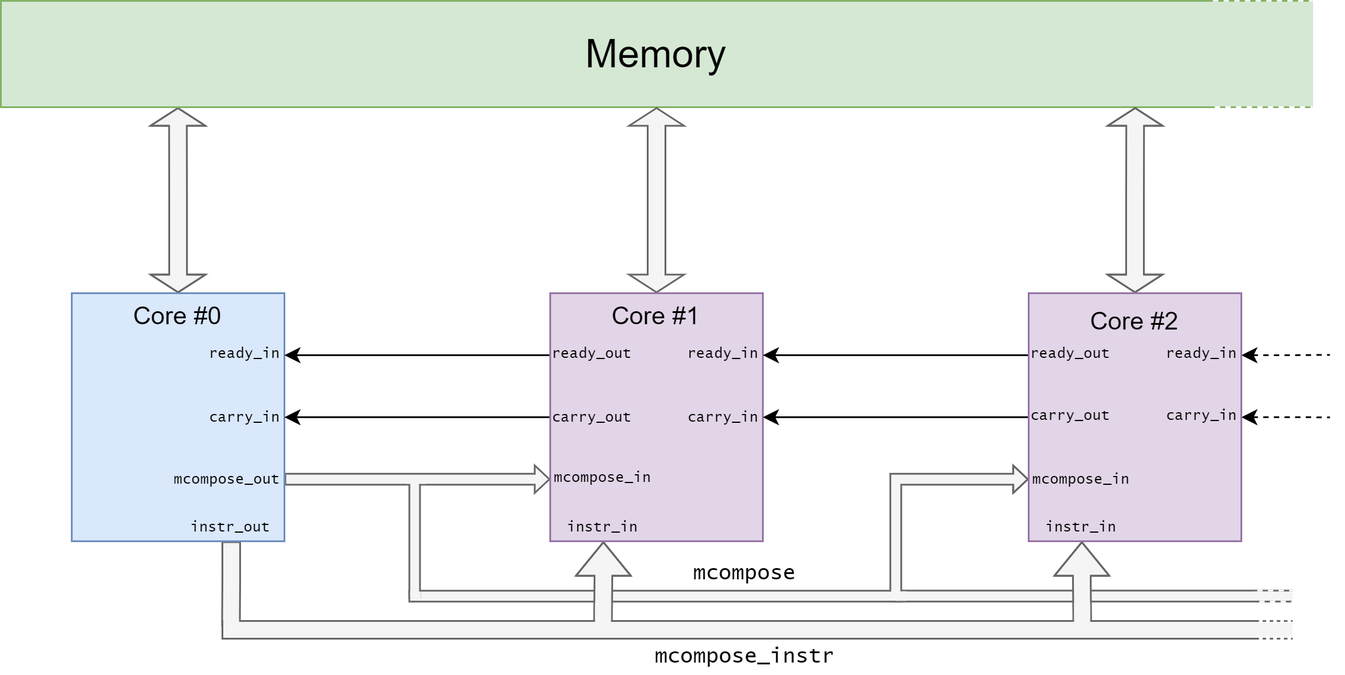
This is docs/architecture.png from scarv/hydra, a draw.io export, as it was before one commit. Source tidied: cells renumbered, new cells last; positions are measured from the earlier drawing's top-left corner, leaving out a move shared by most shapes.
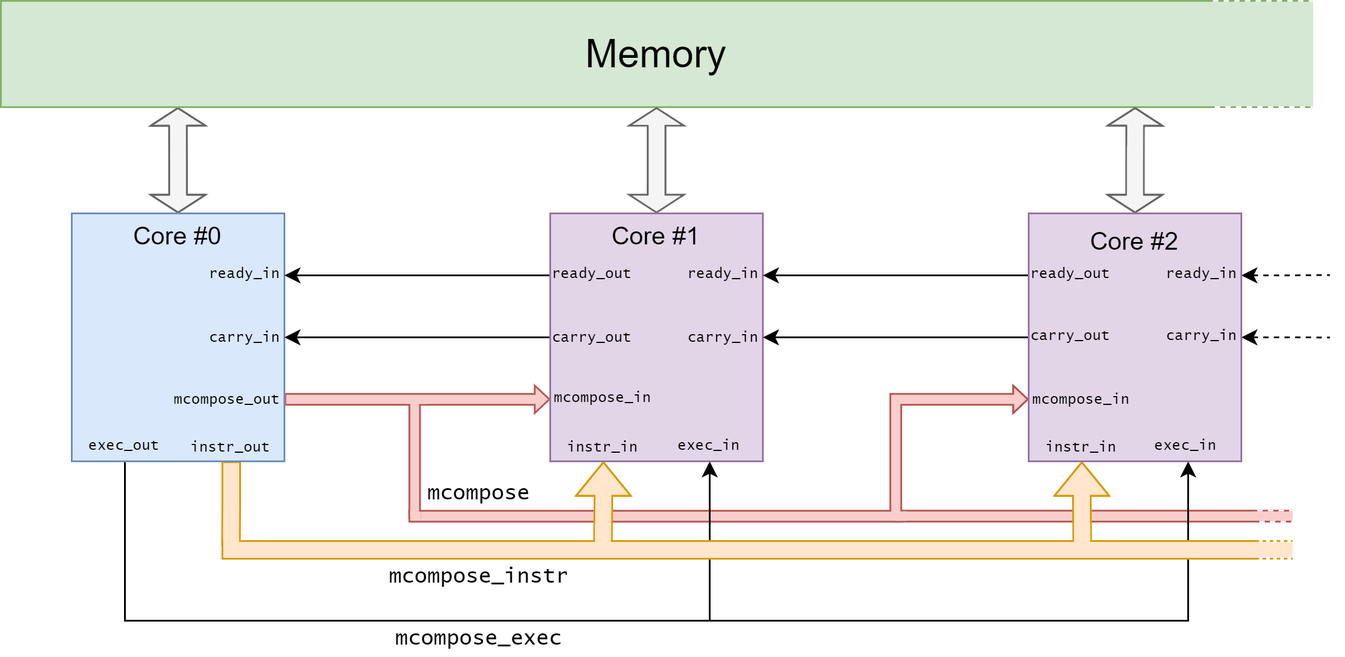
Later version of the same file.

Commit message:
Update docs to mention exec signal

The edit, as a diff of the source:
```diff
@@ -2,10 +2,10 @@
   <root>
     <mxCell id="0" />
     <mxCell id="1" parent="0" />
-    <mxCell id="2" style="rounded=0;whiteSpace=wrap;html=1;strokeWidth=1;fillColor=#f5f5f5;fontSize=14;fontColor=#333333;strokeColor=#666666;rotation=90;" parent="1" vertex="1">
+    <mxCell id="2" style="rounded=0;whiteSpace=wrap;html=1;strokeWidth=1;fillColor=#f8cecc;fontSize=14;strokeColor=#b85450;rotation=90;" parent="1" vertex="1">
       <mxGeometry x="615.5" y="221.9" width="6.2" height="228.2" as="geometry" />
     </mxCell>
-    <mxCell id="3" style="edgeStyle=orthogonalEdgeStyle;rounded=0;jumpSize=2;jettySize=auto;html=1;entryX=0;entryY=0.75;entryDx=0;entryDy=0;startArrow=none;startFill=0;endArrow=block;endFill=0;strokeColor=#666666;fontSize=14;shape=flexArrow;width=6.117647058823529;endSize=2.411764705882353;endWidth=8.442906574394463;fillColor=#f5f5f5;" parent="1" edge="1" target="20">
+    <mxCell id="3" style="edgeStyle=orthogonalEdgeStyle;rounded=0;jumpSize=2;jettySize=auto;html=1;entryX=0;entryY=0.75;entryDx=0;entryDy=0;startArrow=none;startFill=0;endArrow=block;endFill=0;strokeColor=#b85450;fontSize=14;shape=flexArrow;width=6.117647058823529;endSize=2.411764705882353;endWidth=8.442906574394463;fillColor=#f8cecc;" parent="1" edge="1" target="20">
       <mxGeometry relative="1" as="geometry">
         <mxPoint x="230" y="336" as="sourcePoint" />
         <Array as="points">
@@ -17,17 +17,25 @@
     <mxCell id="4" style="edgeStyle=orthogonalEdgeStyle;shape=flexArrow;rounded=0;jettySize=auto;html=1;exitX=0.5;exitY=0;exitDx=0;exitDy=0;entryX=0.135;entryY=1;entryDx=0;entryDy=0;entryPerimeter=0;startArrow=classic;startFill=1;startSize=3;endSize=3;strokeColor=#666666;fillColor=#f5f5f5;" parent="1" edge="1" source="7" target="8">
       <mxGeometry relative="1" as="geometry" />
     </mxCell>
-    <mxCell id="5" style="edgeStyle=orthogonalEdgeStyle;shape=flexArrow;rounded=0;jettySize=auto;html=1;exitX=0.75;exitY=1;exitDx=0;exitDy=0;startArrow=none;startFill=0;endArrow=none;endFill=0;strokeColor=#666666;entryX=0.008;entryY=0.3;entryDx=0;entryDy=0;entryPerimeter=0;fillColor=#f5f5f5;" parent="1" edge="1" source="7" target="21">
+    <mxCell id="5" style="edgeStyle=orthogonalEdgeStyle;shape=flexArrow;rounded=0;jettySize=auto;html=1;exitX=0.75;exitY=1;exitDx=0;exitDy=0;startArrow=none;startFill=0;endArrow=none;endFill=0;strokeColor=#d79b00;entryX=0.008;entryY=0.3;entryDx=0;entryDy=0;entryPerimeter=0;fillColor=#ffe6cc;" parent="1" edge="1" source="7" target="21">
       <mxGeometry relative="1" as="geometry" />
     </mxCell>
-    <mxCell id="6" style="edgeStyle=orthogonalEdgeStyle;rounded=0;jumpSize=2;jettySize=auto;html=1;exitX=1;exitY=0.75;exitDx=0;exitDy=0;entryX=0;entryY=0.75;entryDx=0;entryDy=0;startArrow=none;startFill=0;endArrow=block;endFill=0;strokeColor=#666666;fontSize=14;shape=flexArrow;width=6.117647058823529;endSize=2.411764705882353;endWidth=8.442906574394463;fillColor=#f5f5f5;" parent="1" edge="1" source="7" target="13">
+    <mxCell id="6" style="edgeStyle=orthogonalEdgeStyle;rounded=0;jumpSize=2;jettySize=auto;html=1;exitX=1;exitY=0.75;exitDx=0;exitDy=0;entryX=0;entryY=0.75;entryDx=0;entryDy=0;startArrow=none;startFill=0;endArrow=block;endFill=0;strokeColor=#b85450;fontSize=14;shape=flexArrow;width=6.117647058823529;endSize=2.411764705882353;endWidth=8.442906574394463;fillColor=#f8cecc;" parent="1" edge="1" source="7" target="13">
       <mxGeometry relative="1" as="geometry" />
     </mxCell>
+    <mxCell id="58" style="edgeStyle=orthogonalEdgeStyle;rounded=0;jettySize=auto;html=1;exitX=0.25;exitY=1;exitDx=0;exitDy=0;entryX=0.75;entryY=1;entryDx=0;entryDy=0;" parent="1" edge="1" source="7" target="13">
+      <mxGeometry relative="1" as="geometry">
+        <Array as="points">
+          <mxPoint x="70" y="395" />
+          <mxPoint x="400" y="395" />
+        </Array>
+      </mxGeometry>
+    </mxCell>
     <mxCell id="7" style="rounded=0;whiteSpace=wrap;html=1;fillColor=#dae8fc;strokeColor=#6c8ebf;" parent="1" vertex="1">
       <mxGeometry x="40" y="165" width="120" height="140" as="geometry" />
     </mxCell>
     <mxCell id="8" value="&lt;font style=&quot;font-size: 22px&quot;&gt;Memory&lt;/font&gt;" style="rounded=0;whiteSpace=wrap;html=1;fillColor=#d5e8d4;strokeColor=#82b366;" parent="1" vertex="1">
-      <mxGeometry width="740" height="60" as="geometry" />
+      <mxGeometry y="45" width="740" height="60" as="geometry" />
     </mxCell>
     <mxCell id="9" style="edgeStyle=orthogonalEdgeStyle;shape=flexArrow;rounded=0;jettySize=auto;html=1;exitX=0.5;exitY=0;exitDx=0;exitDy=0;entryX=0.5;entryY=1;entryDx=0;entryDy=0;startArrow=classic;startFill=1;startSize=3;endSize=3;strokeColor=#666666;fillColor=#f5f5f5;" parent="1" edge="1" source="13" target="8">
       <mxGeometry relative="1" as="geometry" />
@@ -35,7 +43,7 @@
     <mxCell id="10" style="edgeStyle=orthogonalEdgeStyle;rounded=0;jettySize=auto;html=1;exitX=0;exitY=0.25;exitDx=0;exitDy=0;entryX=1;entryY=0.25;entryDx=0;entryDy=0;startArrow=none;startFill=0;strokeColor=#000000;endArrow=classic;endFill=1;" parent="1" edge="1" source="13" target="7">
       <mxGeometry relative="1" as="geometry" />
     </mxCell>
-    <mxCell id="11" style="edgeStyle=orthogonalEdgeStyle;shape=flexArrow;rounded=0;jettySize=auto;html=1;exitX=0.25;exitY=1;exitDx=0;exitDy=0;entryX=0.355;entryY=0;entryDx=0;entryDy=0;entryPerimeter=0;startArrow=block;startFill=0;endArrow=none;endFill=0;strokeColor=#666666;fillColor=#f5f5f5;" parent="1" edge="1" source="13" target="21">
+    <mxCell id="11" style="edgeStyle=orthogonalEdgeStyle;shape=flexArrow;rounded=0;jettySize=auto;html=1;exitX=0.25;exitY=1;exitDx=0;exitDy=0;entryX=0.355;entryY=0;entryDx=0;entryDy=0;entryPerimeter=0;startArrow=block;startFill=0;endArrow=none;endFill=0;strokeColor=#d79b00;fillColor=#ffe6cc;" parent="1" edge="1" source="13" target="21">
       <mxGeometry relative="1" as="geometry" />
     </mxCell>
     <mxCell id="12" style="edgeStyle=orthogonalEdgeStyle;rounded=0;jumpSize=2;jettySize=auto;html=1;exitX=0;exitY=0.5;exitDx=0;exitDy=0;entryX=1;entryY=0.5;entryDx=0;entryDy=0;startArrow=none;startFill=0;endArrow=classic;endFill=1;" parent="1" edge="1" source="13" target="7">
@@ -55,7 +63,7 @@
         <mxPoint x="750" y="199.8" as="targetPoint" />
       </mxGeometry>
     </mxCell>
-    <mxCell id="17" style="edgeStyle=orthogonalEdgeStyle;shape=flexArrow;rounded=0;jettySize=auto;html=1;exitX=0.25;exitY=1;exitDx=0;exitDy=0;entryX=0.802;entryY=0;entryDx=0;entryDy=0;entryPerimeter=0;startArrow=block;startFill=0;endArrow=none;endFill=0;strokeColor=#666666;fillColor=#f5f5f5;" parent="1" edge="1" source="20" target="21">
+    <mxCell id="17" style="edgeStyle=orthogonalEdgeStyle;shape=flexArrow;rounded=0;jettySize=auto;html=1;exitX=0.25;exitY=1;exitDx=0;exitDy=0;entryX=0.802;entryY=0;entryDx=0;entryDy=0;entryPerimeter=0;startArrow=block;startFill=0;endArrow=none;endFill=0;strokeColor=#d79b00;fillColor=#ffe6cc;" parent="1" edge="1" source="20" target="21">
       <mxGeometry relative="1" as="geometry" />
     </mxCell>
     <mxCell id="18" style="edgeStyle=orthogonalEdgeStyle;rounded=0;jumpSize=2;jettySize=auto;html=1;exitX=0;exitY=0.5;exitDx=0;exitDy=0;startArrow=none;startFill=0;endArrow=classic;endFill=1;strokeColor=#000000;" parent="1" edge="1" source="20" target="13">
@@ -66,19 +74,27 @@
         <mxPoint x="750" y="235" as="targetPoint" />
       </mxGeometry>
     </mxCell>
+    <mxCell id="59" style="edgeStyle=orthogonalEdgeStyle;rounded=0;jettySize=auto;html=1;exitX=0.75;exitY=1;exitDx=0;exitDy=0;endArrow=none;endFill=0;startArrow=classic;startFill=1;" parent="1" edge="1" source="20">
+      <mxGeometry relative="1" as="geometry">
+        <mxPoint x="400" y="395" as="targetPoint" />
+        <Array as="points">
+          <mxPoint x="670" y="395" />
+        </Array>
+      </mxGeometry>
+    </mxCell>
     <mxCell id="20" style="rounded=0;whiteSpace=wrap;html=1;fillColor=#e1d5e7;strokeColor=#9673a6;" parent="1" vertex="1">
       <mxGeometry x="580" y="165" width="120" height="140" as="geometry" />
     </mxCell>
-    <mxCell id="21" style="rounded=0;whiteSpace=wrap;html=1;fillColor=#f5f5f5;strokeColor=#666666;fontColor=#333333;" parent="1" vertex="1">
+    <mxCell id="21" style="rounded=0;whiteSpace=wrap;html=1;fillColor=#ffe6cc;strokeColor=#d79b00;" parent="1" vertex="1">
       <mxGeometry x="125" y="350" width="605" height="10" as="geometry" />
     </mxCell>
-    <mxCell id="22" style="rounded=0;whiteSpace=wrap;html=1;fillColor=#f5f5f5;fontColor=#333333;strokeColor=none;" parent="1" vertex="1">
+    <mxCell id="22" style="rounded=0;whiteSpace=wrap;html=1;fillColor=#ffe6cc;strokeColor=none;" parent="1" vertex="1">
       <mxGeometry x="605.6" y="340" width="9.1" height="15" as="geometry" />
     </mxCell>
-    <mxCell id="23" style="rounded=0;whiteSpace=wrap;html=1;fillColor=#f5f5f5;fontColor=#333333;strokeColor=none;" parent="1" vertex="1">
+    <mxCell id="23" style="rounded=0;whiteSpace=wrap;html=1;fillColor=#ffe6cc;strokeColor=none;" parent="1" vertex="1">
       <mxGeometry x="335.3" y="340" width="9" height="15" as="geometry" />
     </mxCell>
-    <mxCell id="24" style="rounded=0;whiteSpace=wrap;html=1;fillColor=#f5f5f5;fontColor=#333333;strokeColor=none;" parent="1" vertex="1">
+    <mxCell id="24" style="rounded=0;whiteSpace=wrap;html=1;fillColor=#ffe6cc;strokeColor=none;" parent="1" vertex="1">
       <mxGeometry x="125.5" y="349" width="8.9" height="8" as="geometry" />
     </mxCell>
     <mxCell id="25" style="rounded=0;whiteSpace=wrap;html=1;dashed=1;strokeWidth=2;strokeColor=#FFFFFF;fillColor=none;dashPattern=1 1;" parent="1" vertex="1">
@@ -87,7 +103,7 @@
     <mxCell id="26" style="rounded=0;whiteSpace=wrap;html=1;dashed=1;strokeWidth=1;strokeColor=none;" parent="1" vertex="1">
       <mxGeometry x="729" y="330" width="10" height="40" as="geometry" />
     </mxCell>
-    <mxCell id="27" style="rounded=0;whiteSpace=wrap;html=1;dashed=1;strokeWidth=1;fillColor=#f5f5f5;fontColor=#333333;strokeColor=none;" parent="1" vertex="1">
+    <mxCell id="27" style="rounded=0;whiteSpace=wrap;html=1;dashed=1;strokeWidth=1;fillColor=#ffe6cc;strokeColor=none;" parent="1" vertex="1">
       <mxGeometry x="705" y="351" width="10" height="8" as="geometry" />
     </mxCell>
     <mxCell id="28" value="&lt;font face=&quot;Lucida Console&quot; style=&quot;font-size: 8px&quot;&gt;ready_out&lt;/font&gt;" style="text;html=1;strokeColor=none;fillColor=none;align=center;verticalAlign=middle;whiteSpace=wrap;rounded=0;dashed=1;" parent="1" vertex="1">
@@ -121,7 +137,7 @@
       <mxGeometry x="118" y="223" width="40" height="20" as="geometry" />
     </mxCell>
     <mxCell id="38" value="&lt;font face=&quot;Lucida Console&quot; style=&quot;font-size: 12px&quot;&gt;mcompose_instr&lt;/font&gt;" style="text;html=1;strokeColor=none;fillColor=none;align=center;verticalAlign=middle;whiteSpace=wrap;rounded=0;dashed=1;" parent="1" vertex="1">
-      <mxGeometry x="400" y="360" width="40" height="20" as="geometry" />
+      <mxGeometry x="250" y="360" width="40" height="20" as="geometry" />
     </mxCell>
     <mxCell id="39" value="Core #1" style="text;html=1;strokeColor=none;fillColor=none;align=center;verticalAlign=middle;whiteSpace=wrap;rounded=0;dashed=1;fontSize=14;" parent="1" vertex="1">
       <mxGeometry x="340" y="167" width="60" height="20" as="geometry" />
@@ -133,13 +149,13 @@
       <mxGeometry x="610" y="170" width="60" height="20" as="geometry" />
     </mxCell>
     <mxCell id="42" style="rounded=0;whiteSpace=wrap;html=1;dashed=1;strokeWidth=1;fontSize=14;strokeColor=#FFFFFF;fillColor=none;" parent="1" vertex="1">
-      <mxGeometry x="684" width="56" height="60" as="geometry" />
+      <mxGeometry x="684" y="45" width="56" height="60" as="geometry" />
     </mxCell>
     <mxCell id="43" style="rounded=0;whiteSpace=wrap;html=1;dashed=1;strokeWidth=1;fontSize=14;strokeColor=none;fillColor=#D5E8D4;" parent="1" vertex="1">
-      <mxGeometry x="679" y="1" width="10" height="58" as="geometry" />
+      <mxGeometry x="679" y="46" width="10" height="58" as="geometry" />
     </mxCell>
     <mxCell id="44" style="rounded=0;whiteSpace=wrap;html=1;dashed=1;strokeWidth=1;fontSize=14;strokeColor=none;fillColor=#D5E8D4;" parent="1" vertex="1">
-      <mxGeometry x="729" y="0.5" width="11.5" height="59" as="geometry" />
+      <mxGeometry x="729" y="45.5" width="11.5" height="59" as="geometry" />
     </mxCell>
     <mxCell id="45" value="&lt;font face=&quot;Lucida Console&quot; style=&quot;font-size: 8px&quot;&gt;instr_in&lt;/font&gt;" style="text;html=1;strokeColor=none;fillColor=none;align=center;verticalAlign=middle;whiteSpace=wrap;rounded=0;dashed=1;" parent="1" vertex="1">
       <mxGeometry x="319.8" y="285" width="40" height="20" as="geometry" />
@@ -159,26 +175,38 @@
     <mxCell id="50" value="&lt;font face=&quot;Lucida Console&quot;&gt;&lt;span style=&quot;font-size: 8px&quot;&gt;mcompose_in&lt;/span&gt;&lt;/font&gt;" style="text;html=1;strokeColor=none;fillColor=none;align=center;verticalAlign=middle;whiteSpace=wrap;rounded=0;dashed=1;" parent="1" vertex="1">
       <mxGeometry x="590.1" y="259" width="40" height="20" as="geometry" />
     </mxCell>
-    <mxCell id="51" style="rounded=0;whiteSpace=wrap;html=1;strokeWidth=1;fillColor=#f5f5f5;fontSize=14;fontColor=#333333;strokeColor=#666666;" parent="1" vertex="1">
+    <mxCell id="51" style="rounded=0;whiteSpace=wrap;html=1;strokeWidth=1;fillColor=#f8cecc;fontSize=14;strokeColor=#b85450;" parent="1" vertex="1">
       <mxGeometry x="230.5" y="271" width="6" height="66" as="geometry" />
     </mxCell>
-    <mxCell id="52" style="rounded=0;whiteSpace=wrap;html=1;strokeWidth=1;fillColor=#f5f5f5;fontSize=14;fontColor=#333333;strokeColor=none;" parent="1" vertex="1">
+    <mxCell id="52" style="rounded=0;whiteSpace=wrap;html=1;strokeWidth=1;fillColor=#f8cecc;fontSize=14;strokeColor=none;" parent="1" vertex="1">
       <mxGeometry x="231" y="333.4" width="6" height="5" as="geometry" />
     </mxCell>
-    <mxCell id="53" style="rounded=0;whiteSpace=wrap;html=1;strokeWidth=1;fillColor=#f5f5f5;fontSize=14;fontColor=#333333;strokeColor=none;" parent="1" vertex="1">
+    <mxCell id="53" style="rounded=0;whiteSpace=wrap;html=1;strokeWidth=1;fillColor=#f8cecc;fontSize=14;strokeColor=none;" parent="1" vertex="1">
       <mxGeometry x="229" y="267.6" width="11" height="5" as="geometry" />
     </mxCell>
-    <mxCell id="54" style="rounded=0;whiteSpace=wrap;html=1;strokeWidth=1;fillColor=#f5f5f5;fontSize=14;fontColor=#333333;strokeColor=none;" parent="1" vertex="1">
+    <mxCell id="54" style="rounded=0;whiteSpace=wrap;html=1;strokeWidth=1;fillColor=#f8cecc;fontSize=14;strokeColor=none;" parent="1" vertex="1">
       <mxGeometry x="505" y="333.3" width="6" height="5.3" as="geometry" />
     </mxCell>
     <mxCell id="55" style="rounded=0;whiteSpace=wrap;html=1;dashed=1;strokeWidth=1;strokeColor=#FFFFFF;fillColor=none;" parent="1" vertex="1">
       <mxGeometry x="709" y="332.9" width="41" height="6.2" as="geometry" />
     </mxCell>
-    <mxCell id="56" style="rounded=0;whiteSpace=wrap;html=1;dashed=1;strokeWidth=1;fillColor=#f5f5f5;fontColor=#333333;strokeColor=none;" parent="1" vertex="1">
+    <mxCell id="56" style="rounded=0;whiteSpace=wrap;html=1;dashed=1;strokeWidth=1;fillColor=#f8cecc;strokeColor=none;" parent="1" vertex="1">
       <mxGeometry x="707" y="333.4" width="10" height="4.6" as="geometry" />
     </mxCell>
     <mxCell id="57" value="&lt;font face=&quot;Lucida Console&quot; style=&quot;font-size: 12px&quot;&gt;mcompose&lt;/font&gt;" style="text;html=1;strokeColor=none;fillColor=none;align=center;verticalAlign=middle;whiteSpace=wrap;rounded=0;dashed=1;" parent="1" vertex="1">
-      <mxGeometry x="400" y="313.4" width="40" height="20" as="geometry" />
+      <mxGeometry x="250" y="312.9" width="40" height="20" as="geometry" />
     </mxCell>
+    <mxCell id="60" value="&lt;font face=&quot;Lucida Console&quot;&gt;&lt;span style=&quot;font-size: 8px&quot;&gt;exec_in&lt;/span&gt;&lt;/font&gt;" style="text;html=1;strokeColor=none;fillColor=none;align=center;verticalAlign=middle;whiteSpace=wrap;rounded=0;dashed=1;" parent="1" vertex="1">
+      <mxGeometry x="380" y="285" width="40" height="20" as="geometry" />
+    </mxCell>
+    <mxCell id="61" value="&lt;font face=&quot;Lucida Console&quot;&gt;&lt;span style=&quot;font-size: 8px&quot;&gt;exec_in&lt;/span&gt;&lt;/font&gt;" style="text;html=1;strokeColor=none;fillColor=none;align=center;verticalAlign=middle;whiteSpace=wrap;rounded=0;dashed=1;" parent="1" vertex="1">
+      <mxGeometry x="649" y="285" width="40" height="20" as="geometry" />
+    </mxCell>
+    <mxCell id="62" value="&lt;font face=&quot;Lucida Console&quot;&gt;&lt;span style=&quot;font-size: 8px&quot;&gt;exec_out&lt;/span&gt;&lt;/font&gt;" style="text;html=1;strokeColor=none;fillColor=none;align=center;verticalAlign=middle;whiteSpace=wrap;rounded=0;dashed=1;" parent="1" vertex="1">
+      <mxGeometry x="50" y="285" width="40" height="20" as="geometry" />
+    </mxCell>
+    <mxCell id="63" value="&lt;font face=&quot;Lucida Console&quot; style=&quot;font-size: 12px&quot;&gt;mcompose_exec&lt;/font&gt;" style="text;html=1;strokeColor=none;fillColor=none;align=center;verticalAlign=middle;whiteSpace=wrap;rounded=0;dashed=1;" parent="1" vertex="1">
+      <mxGeometry x="250" y="395" width="40" height="20" as="geometry" />
+    </mxCell>
   </root>
 </mxGraphModel>
```
